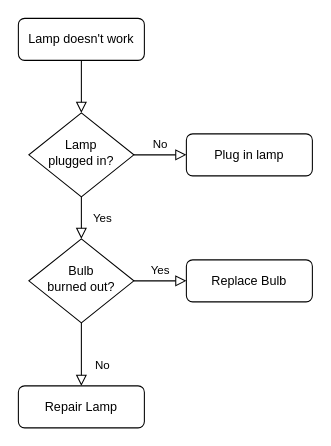
Before: Project Roadmap.drawio in santamav/SKJ006-Big_Data_Analytics, a draw.io diagram. Source tidied: cells renumbered, new cells numbered last; positions are measured from the earlier drawing's top-left corner, leaving out a move shared by most shapes. Both pictures are drawn from the tidied source at 105%, with x=0, y=0 at pixel (18, 18).
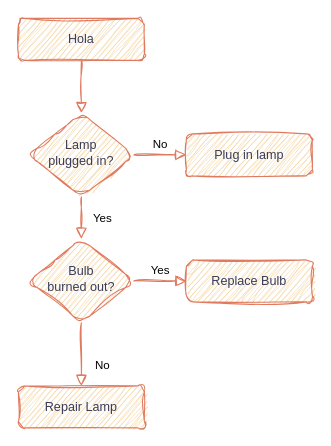
The same page after the edit.

Diff of the diagram source:
```diff
@@
 <mxGraphModel>
   <root>
     <mxCell id="0" />
     <mxCell id="1" parent="0" />
-    <mxCell id="2" style="rounded=0;html=1;jettySize=auto;fontSize=11;endArrow=block;endFill=0;endSize=8;strokeWidth=1;shadow=0;labelBackgroundColor=none;edgeStyle=orthogonalEdgeStyle;" parent="1" edge="1" source="3" target="6">
+    <mxCell id="2" style="rounded=1;html=1;jettySize=auto;fontSize=11;endArrow=block;endFill=0;endSize=8;strokeWidth=1;shadow=0;labelBackgroundColor=none;edgeStyle=orthogonalEdgeStyle;strokeColor=#E07A5F;fontColor=default;sketch=1;curveFitting=1;jiggle=2;" parent="1" edge="1" source="3" target="6">
       <mxGeometry relative="1" as="geometry" />
     </mxCell>
-    <mxCell id="3" value="Lamp doesn't work" style="rounded=1;whiteSpace=wrap;html=1;fontSize=12;glass=0;strokeWidth=1;shadow=0;" parent="1" vertex="1">
+    <mxCell id="3" value="Hola" style="rounded=1;whiteSpace=wrap;html=1;fontSize=12;glass=0;strokeWidth=1;shadow=0;labelBackgroundColor=none;fillColor=#F2CC8F;strokeColor=#E07A5F;fontColor=#393C56;sketch=1;curveFitting=1;jiggle=2;" parent="1" vertex="1">
       <mxGeometry width="120" height="40" as="geometry" />
     </mxCell>
-    <mxCell id="4" value="Yes" style="rounded=0;html=1;jettySize=auto;fontSize=11;endArrow=block;endFill=0;endSize=8;strokeWidth=1;shadow=0;labelBackgroundColor=none;edgeStyle=orthogonalEdgeStyle;" parent="1" edge="1" source="6" target="10">
+    <mxCell id="4" value="Yes" style="rounded=1;html=1;jettySize=auto;fontSize=11;endArrow=block;endFill=0;endSize=8;strokeWidth=1;shadow=0;labelBackgroundColor=none;edgeStyle=orthogonalEdgeStyle;strokeColor=#E07A5F;fontColor=default;sketch=1;curveFitting=1;jiggle=2;" parent="1" edge="1" source="6" target="10">
       <mxGeometry y="20" relative="1" as="geometry" />
     </mxCell>
-    <mxCell id="5" value="No" style="edgeStyle=orthogonalEdgeStyle;rounded=0;html=1;jettySize=auto;fontSize=11;endArrow=block;endFill=0;endSize=8;strokeWidth=1;shadow=0;labelBackgroundColor=none;" parent="1" edge="1" source="6" target="7">
+    <mxCell id="5" value="No" style="edgeStyle=orthogonalEdgeStyle;rounded=1;html=1;jettySize=auto;fontSize=11;endArrow=block;endFill=0;endSize=8;strokeWidth=1;shadow=0;labelBackgroundColor=none;strokeColor=#E07A5F;fontColor=default;sketch=1;curveFitting=1;jiggle=2;" parent="1" edge="1" source="6" target="7">
       <mxGeometry y="10" relative="1" as="geometry" />
     </mxCell>
-    <mxCell id="6" value="Lamp&lt;br&gt;plugged in?" style="rhombus;whiteSpace=wrap;html=1;shadow=0;fontFamily=Helvetica;fontSize=12;align=center;strokeWidth=1;spacing=6;spacingTop=-4;" parent="1" vertex="1">
+    <mxCell id="6" value="Lamp&lt;br&gt;plugged in?" style="rhombus;whiteSpace=wrap;html=1;shadow=0;fontFamily=Helvetica;fontSize=12;align=center;strokeWidth=1;spacing=6;spacingTop=-4;labelBackgroundColor=none;fillColor=#F2CC8F;strokeColor=#E07A5F;fontColor=#393C56;rounded=1;sketch=1;curveFitting=1;jiggle=2;" parent="1" vertex="1">
       <mxGeometry x="10" y="90" width="100" height="80" as="geometry" />
     </mxCell>
-    <mxCell id="7" value="Plug in lamp" style="rounded=1;whiteSpace=wrap;html=1;fontSize=12;glass=0;strokeWidth=1;shadow=0;" parent="1" vertex="1">
+    <mxCell id="7" value="Plug in lamp" style="rounded=1;whiteSpace=wrap;html=1;fontSize=12;glass=0;strokeWidth=1;shadow=0;labelBackgroundColor=none;fillColor=#F2CC8F;strokeColor=#E07A5F;fontColor=#393C56;sketch=1;curveFitting=1;jiggle=2;" parent="1" vertex="1">
       <mxGeometry x="160" y="110" width="120" height="40" as="geometry" />
     </mxCell>
-    <mxCell id="8" value="No" style="rounded=0;html=1;jettySize=auto;fontSize=11;endArrow=block;endFill=0;endSize=8;strokeWidth=1;shadow=0;labelBackgroundColor=none;edgeStyle=orthogonalEdgeStyle;" parent="1" edge="1" source="10" target="11">
+    <mxCell id="8" value="No" style="rounded=1;html=1;jettySize=auto;fontSize=11;endArrow=block;endFill=0;endSize=8;strokeWidth=1;shadow=0;labelBackgroundColor=none;edgeStyle=orthogonalEdgeStyle;strokeColor=#E07A5F;fontColor=default;sketch=1;curveFitting=1;jiggle=2;" parent="1" edge="1" source="10" target="11">
       <mxGeometry x="0.33" y="20" relative="1" as="geometry" />
     </mxCell>
-    <mxCell id="9" value="Yes" style="edgeStyle=orthogonalEdgeStyle;rounded=0;html=1;jettySize=auto;fontSize=11;endArrow=block;endFill=0;endSize=8;strokeWidth=1;shadow=0;labelBackgroundColor=none;" parent="1" edge="1" source="10" target="12">
+    <mxCell id="9" value="Yes" style="edgeStyle=orthogonalEdgeStyle;rounded=1;html=1;jettySize=auto;fontSize=11;endArrow=block;endFill=0;endSize=8;strokeWidth=1;shadow=0;labelBackgroundColor=none;strokeColor=#E07A5F;fontColor=default;sketch=1;curveFitting=1;jiggle=2;" parent="1" edge="1" source="10" target="12">
       <mxGeometry y="10" relative="1" as="geometry" />
     </mxCell>
-    <mxCell id="10" value="Bulb&lt;br&gt;burned out?" style="rhombus;whiteSpace=wrap;html=1;shadow=0;fontFamily=Helvetica;fontSize=12;align=center;strokeWidth=1;spacing=6;spacingTop=-4;" parent="1" vertex="1">
+    <mxCell id="10" value="Bulb&lt;br&gt;burned out?" style="rhombus;whiteSpace=wrap;html=1;shadow=0;fontFamily=Helvetica;fontSize=12;align=center;strokeWidth=1;spacing=6;spacingTop=-4;labelBackgroundColor=none;fillColor=#F2CC8F;strokeColor=#E07A5F;fontColor=#393C56;rounded=1;sketch=1;curveFitting=1;jiggle=2;" parent="1" vertex="1">
       <mxGeometry x="10" y="210" width="100" height="80" as="geometry" />
     </mxCell>
-    <mxCell id="11" value="Repair Lamp" style="rounded=1;whiteSpace=wrap;html=1;fontSize=12;glass=0;strokeWidth=1;shadow=0;" parent="1" vertex="1">
+    <mxCell id="11" value="Repair Lamp" style="rounded=1;whiteSpace=wrap;html=1;fontSize=12;glass=0;strokeWidth=1;shadow=0;labelBackgroundColor=none;fillColor=#F2CC8F;strokeColor=#E07A5F;fontColor=#393C56;sketch=1;curveFitting=1;jiggle=2;" parent="1" vertex="1">
       <mxGeometry y="350" width="120" height="40" as="geometry" />
     </mxCell>
-    <mxCell id="12" value="Replace Bulb" style="rounded=1;whiteSpace=wrap;html=1;fontSize=12;glass=0;strokeWidth=1;shadow=0;" parent="1" vertex="1">
+    <mxCell id="12" value="Replace Bulb" style="rounded=1;whiteSpace=wrap;html=1;fontSize=12;glass=0;strokeWidth=1;shadow=0;labelBackgroundColor=none;fillColor=#F2CC8F;strokeColor=#E07A5F;fontColor=#393C56;sketch=1;curveFitting=1;jiggle=2;" parent="1" vertex="1">
       <mxGeometry x="160" y="230" width="120" height="40" as="geometry" />
     </mxCell>
   </root>
 </mxGraphModel>
```
